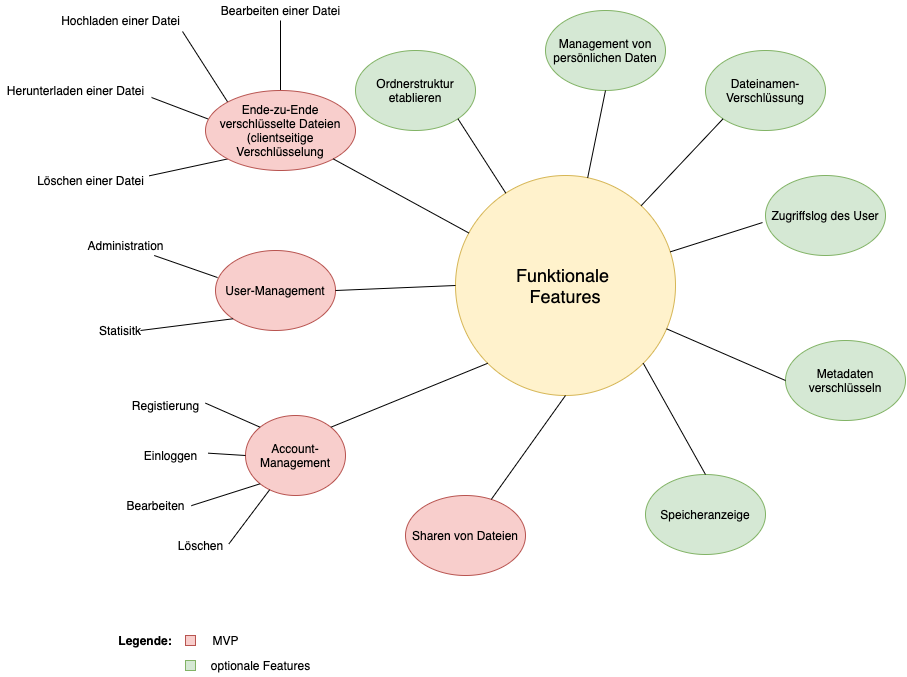
theexiile1305/ws2021_software_sicherheit keeps this draw.io diagram as doc/functional_features.png. Above is the earlier version. Source tidied: cells renumbered, new cells last; positions are measured from the earlier drawing's top-left corner, leaving out a move shared by most shapes.
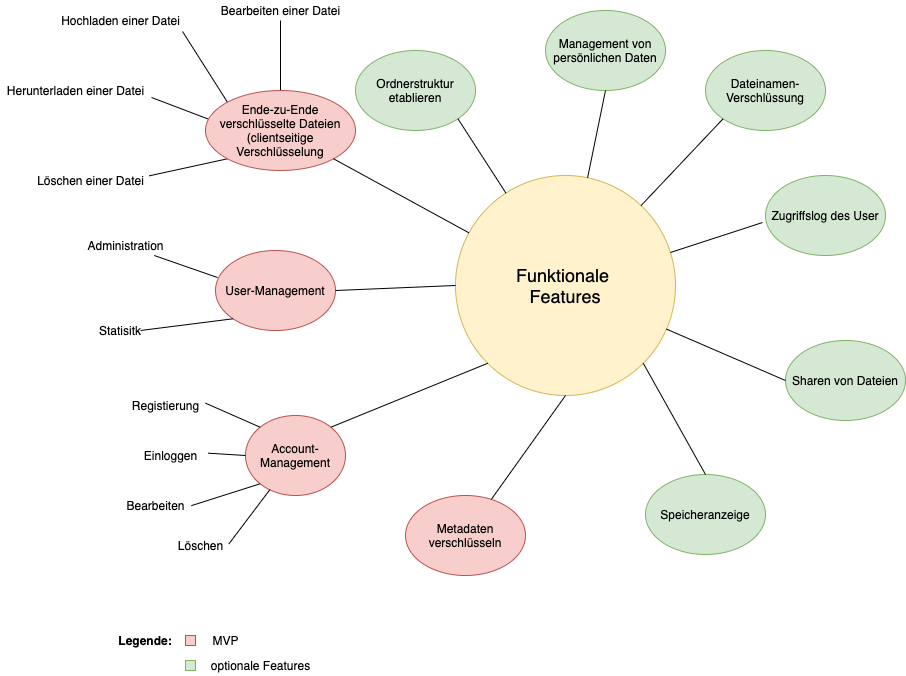
The same diagram one commit later.

Commit message:
added presentation of architektur und vertrauensgrenzen

Change to the diagram source:
```diff
@@ -56,7 +56,7 @@
     <mxCell id="19" style="endArrow=none;html=1;entryX=0.972;entryY=0.425;entryDx=0;entryDy=0;entryPerimeter=0;" parent="1" edge="1" source="11" target="15">
       <mxGeometry relative="1" as="geometry" />
     </mxCell>
-    <mxCell id="20" value="Sharen von Dateien" style="ellipse;whiteSpace=wrap;html=1;fillColor=#f8cecc;strokeColor=#b85450;" parent="1" vertex="1">
+    <mxCell id="20" value="Metadaten verschlüsseln" style="ellipse;whiteSpace=wrap;html=1;fillColor=#f8cecc;strokeColor=#b85450;" parent="1" vertex="1">
       <mxGeometry x="405" y="495" width="120" height="80" as="geometry" />
     </mxCell>
     <mxCell id="21" value="User-Management" style="ellipse;whiteSpace=wrap;html=1;fillColor=#f8cecc;strokeColor=#b85450;" parent="1" vertex="1">
@@ -68,7 +68,7 @@
     <mxCell id="23" value="Dateinamen-Verschlüssung" style="ellipse;whiteSpace=wrap;html=1;fillColor=#d5e8d4;strokeColor=#82b366;" parent="1" vertex="1">
       <mxGeometry x="705" y="50" width="120" height="80" as="geometry" />
     </mxCell>
-    <mxCell id="24" value="Metadaten verschlüsseln" style="ellipse;whiteSpace=wrap;html=1;fillColor=#d5e8d4;strokeColor=#82b366;" parent="1" vertex="1">
+    <mxCell id="24" value="&lt;span&gt;Sharen von Dateien&lt;/span&gt;" style="ellipse;whiteSpace=wrap;html=1;fillColor=#d5e8d4;strokeColor=#82b366;" parent="1" vertex="1">
       <mxGeometry x="785" y="340" width="120" height="80" as="geometry" />
     </mxCell>
     <mxCell id="25" value="Zugriffslog des User" style="ellipse;whiteSpace=wrap;html=1;fillColor=#d5e8d4;strokeColor=#82b366;" parent="1" vertex="1">
```
